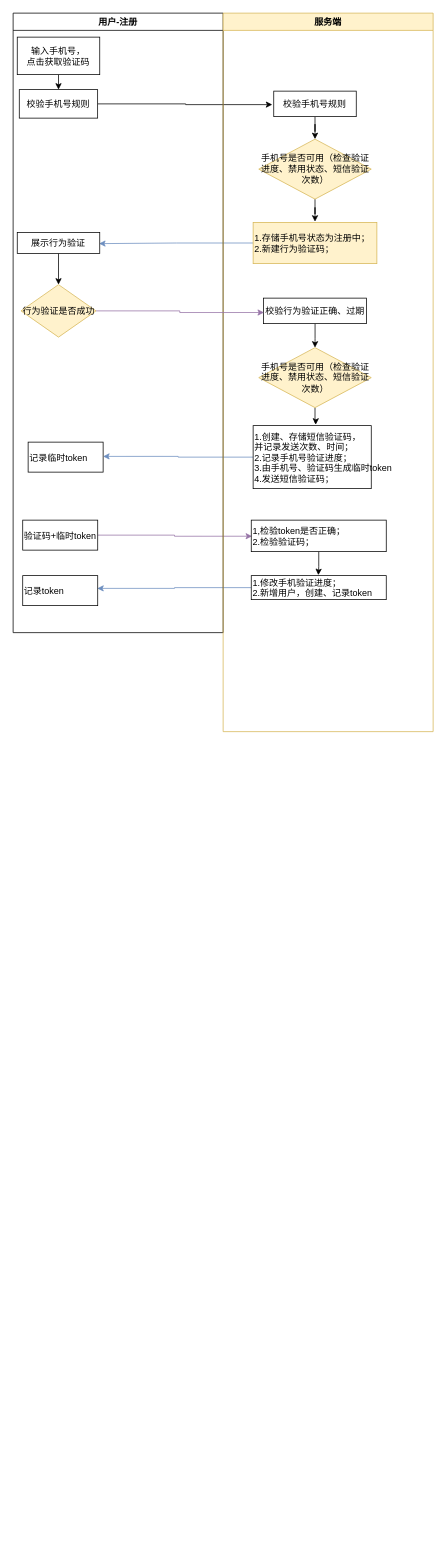
Earlier version of the draw.io diagram doc/未命名绘图.drawio (xfort/XNebulaUser). Source tidied: cells renumbered, new cells numbered last; positions are measured from the earlier drawing's top-left corner, leaving out a move shared by most shapes. Both pictures are drawn from the tidied source at 75%, with x=0, y=0 at pixel (13, 13).
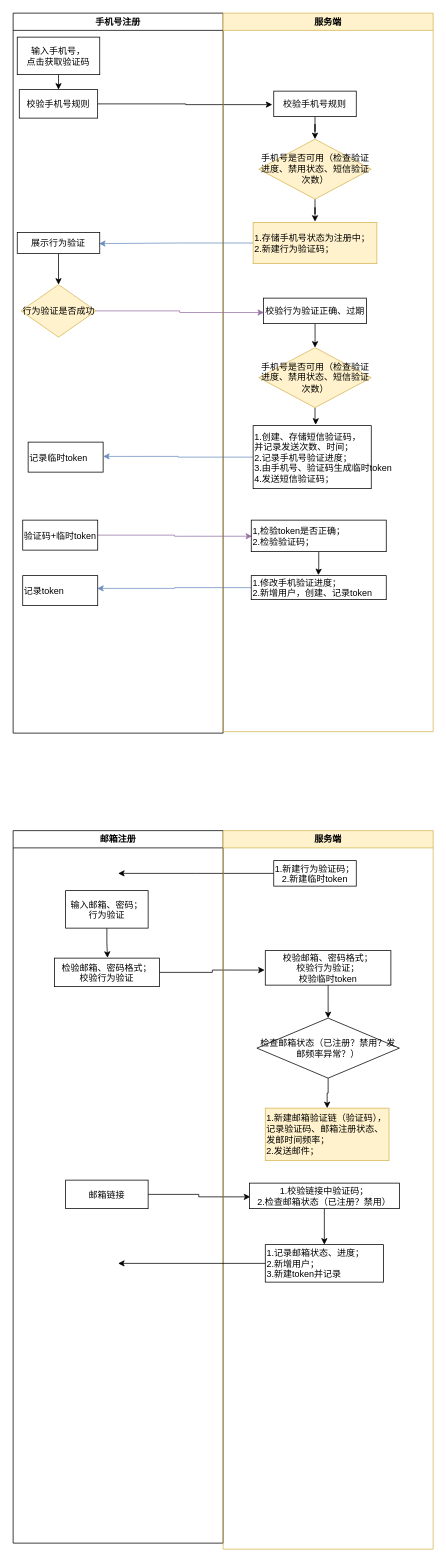
The same page after the edit.

Change to the diagram source:
```diff
@@
+    <mxCell id="32" style="edgeStyle=orthogonalEdgeStyle;rounded=0;jettySize=auto;html=1;entryX=0.006;entryY=0.539;entryDx=0;entryDy=0;entryPerimeter=0;" parent="1" edge="1" source="39" target="45">
+      <mxGeometry relative="1" as="geometry" />
+    </mxCell>
+    <mxCell id="33" style="edgeStyle=orthogonalEdgeStyle;rounded=0;jettySize=auto;html=1;entryX=-0.005;entryY=0.564;entryDx=0;entryDy=0;entryPerimeter=0;" parent="1" edge="1" source="38" target="42">
+      <mxGeometry relative="1" as="geometry" />
+    </mxCell>
+    <mxCell id="34" style="edgeStyle=orthogonalEdgeStyle;rounded=0;jettySize=auto;html=1;" parent="1" edge="1" source="49">
+      <mxGeometry relative="1" as="geometry">
+        <mxPoint x="140" y="1147" as="targetPoint" />
+      </mxGeometry>
+    </mxCell>
@@
-    <mxCell id="7" value="用户-注册" style="swimlane;whiteSpace=wrap;" parent="1" vertex="1">
-      <mxGeometry width="280" height="826" as="geometry" />
+    <mxCell id="7" value="手机号注册" style="swimlane;whiteSpace=wrap;startSize=23;" parent="1" vertex="1">
+      <mxGeometry width="280" height="960" as="geometry" />
     </mxCell>
@@
+    <mxCell id="35" value="邮箱注册" style="swimlane;whiteSpace=wrap;" parent="1" vertex="1">
+      <mxGeometry y="1090" width="280" height="950" as="geometry" />
+    </mxCell>
+    <mxCell id="36" style="edgeStyle=orthogonalEdgeStyle;rounded=0;jettySize=auto;html=1;entryX=0.506;entryY=-0.014;entryDx=0;entryDy=0;entryPerimeter=0;" parent="35" edge="1" source="37" target="38">
+      <mxGeometry relative="1" as="geometry" />
+    </mxCell>
+    <mxCell id="37" value="输入邮箱、密码；&#10;行为验证" parent="35" vertex="1">
+      <mxGeometry x="70" y="80" width="110" height="50" as="geometry" />
+    </mxCell>
+    <mxCell id="38" value="检验邮箱、密码格式；&#10;校验行为验证" parent="35" vertex="1">
+      <mxGeometry x="55" y="170" width="140" height="38" as="geometry" />
+    </mxCell>
+    <mxCell id="39" value="邮箱链接" parent="35" vertex="1">
+      <mxGeometry x="70" y="466" width="110" height="38" as="geometry" />
+    </mxCell>
+    <mxCell id="40" value="服务端" style="swimlane;whiteSpace=wrap;fillColor=#fff2cc;strokeColor=#d6b656;" parent="1" vertex="1">
+      <mxGeometry x="280" y="1090" width="280" height="958" as="geometry" />
+    </mxCell>
+    <mxCell id="41" style="edgeStyle=orthogonalEdgeStyle;rounded=0;jettySize=auto;html=1;" parent="40" edge="1" source="42" target="48">
+      <mxGeometry relative="1" as="geometry" />
+    </mxCell>
+    <mxCell id="42" value="校验邮箱、密码格式；&#10;校验行为验证；&#10;校验临时token" parent="40" vertex="1">
+      <mxGeometry x="56.2" y="160" width="167.5" height="46" as="geometry" />
+    </mxCell>
+    <mxCell id="43" value="1.新建邮箱验证链（验证码），记录验证码、邮箱注册状态、发邮时间频率；&lt;br&gt;2.发送邮件；" style="whiteSpace=wrap;html=1;fillColor=#fff2cc;strokeColor=#d6b656;fontColor=rgb(0, 0, 0);align=left;" parent="40" vertex="1">
+      <mxGeometry x="56.2" y="370" width="165" height="70" as="geometry" />
+    </mxCell>
+    <mxCell id="44" style="edgeStyle=orthogonalEdgeStyle;rounded=0;jettySize=auto;html=1;entryX=0.5;entryY=0;entryDx=0;entryDy=0;" parent="40" edge="1" source="45" target="46">
+      <mxGeometry relative="1" as="geometry" />
+    </mxCell>
+    <mxCell id="45" value="1.校验链接中验证码；&#10;2.检查邮箱状态（已注册？禁用）" parent="40" vertex="1">
+      <mxGeometry x="35" y="470" width="200" height="34" as="geometry" />
+    </mxCell>
+    <mxCell id="46" value="1.记录邮箱状态、进度；&#10;2.新增用户；&#10;3.新建token并记录" style="fillColor=rgb(255, 255, 255);strokeColor=rgb(0, 0, 0);fontColor=rgb(0, 0, 0);align=left;" parent="40" vertex="1">
+      <mxGeometry x="56.2" y="552" width="157.5" height="50" as="geometry" />
+    </mxCell>
+    <mxCell id="47" style="edgeStyle=orthogonalEdgeStyle;rounded=0;jettySize=auto;html=1;entryX=0.5;entryY=0;entryDx=0;entryDy=0;" parent="40" edge="1" source="48" target="43">
+      <mxGeometry relative="1" as="geometry" />
+    </mxCell>
+    <mxCell id="48" value="检查邮箱状态（已注册？禁用？发邮频率异常？）" style="rhombus;whiteSpace=wrap;html=1;fillColor=rgb(255, 255, 255);" parent="40" vertex="1">
+      <mxGeometry x="45" y="250" width="190" height="80" as="geometry" />
+    </mxCell>
+    <mxCell id="49" value="1.新建行为验证码；&#10;2.新建临时token" parent="40" vertex="1">
+      <mxGeometry x="67.5" y="40" width="110" height="34" as="geometry" />
+    </mxCell>
+    <mxCell id="50" style="edgeStyle=orthogonalEdgeStyle;rounded=0;jettySize=auto;html=1;" parent="1" edge="1" source="46">
+      <mxGeometry relative="1" as="geometry">
+        <mxPoint x="140" y="1667" as="targetPoint" />
+      </mxGeometry>
+    </mxCell>
```
